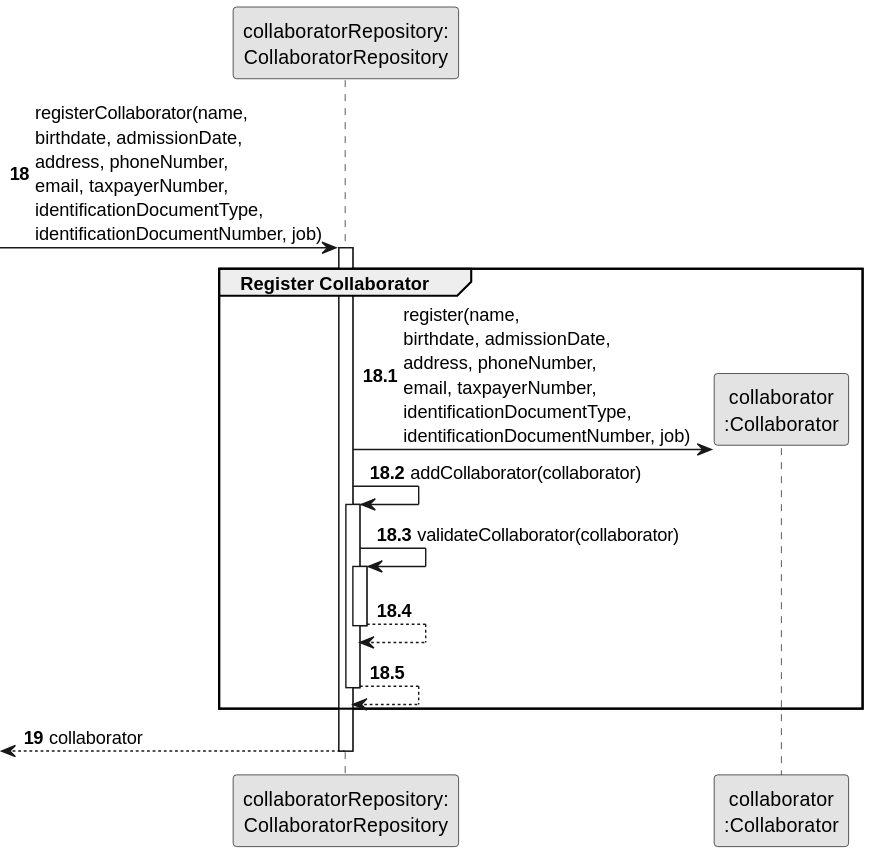
This is docs/sprintB/us003/03.design/svg/us003-sequence-diagram-partial-register-collaborator.svg from Departamento-de-Engenharia-Informatica/lei-24-s2-1dm-g132, a PlantUML export, as it was before one commit.
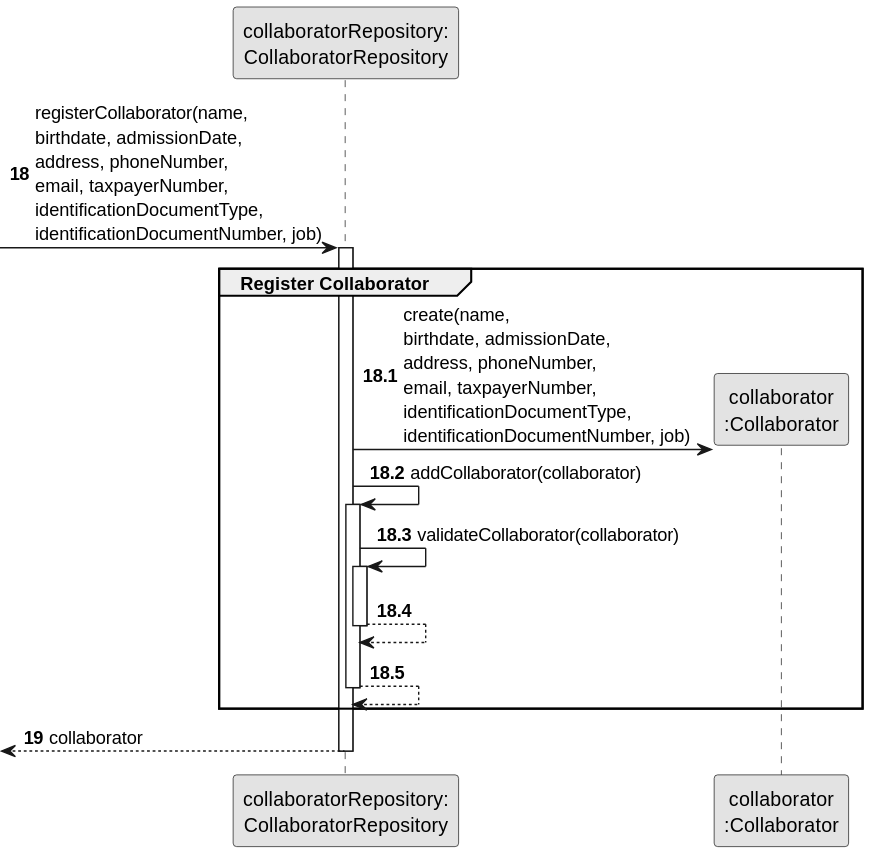
Later version of the same file.

Commit message:
US003 all sequence diagrams minor update

Diff of the diagram source:
```diff
@@ -14,7 +14,7 @@
             autonumber 18.1
                 group Register Collaborator
 
-                CollaboratorRepository -> COLLAB**: register(name,\nbirthdate, admissionDate,\naddress, phoneNumber,\nemail, taxpayerNumber,\nidentificationDocumentType,\nidentificationDocumentNumber, job)
+                CollaboratorRepository -> COLLAB**: create(name,\nbirthdate, admissionDate,\naddress, phoneNumber,\nemail, taxpayerNumber,\nidentificationDocumentType,\nidentificationDocumentNumber, job)
                 CollaboratorRepository -> CollaboratorRepository: addCollaborator(collaborator)
 
 
```
